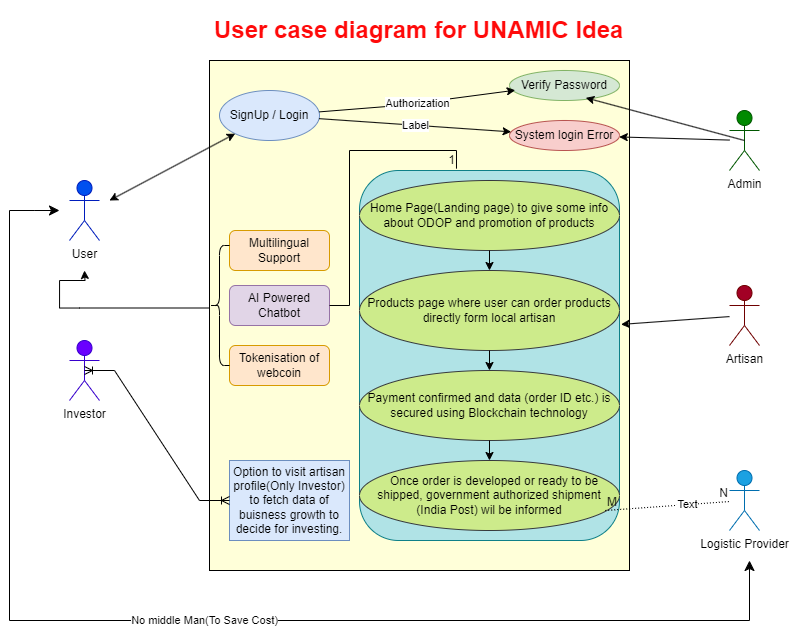
Before: SIH.drawio.png, a diagram exported from draw.io (unsparsh/SIH_2023). Source tidied: cells renumbered, new cells last; positions are measured from the earlier drawing's top-left corner, leaving out a move shared by most shapes.
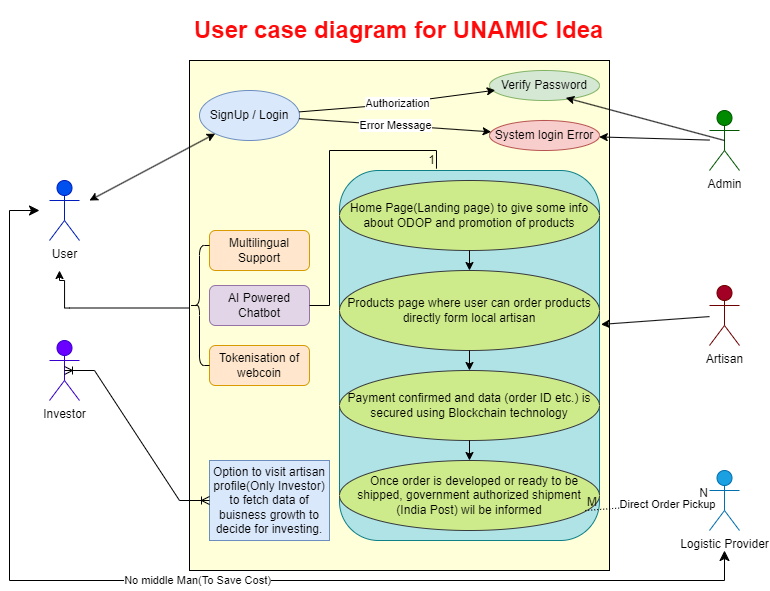
Later version of the same file.

What changed in the source:
```diff
@@ -42,7 +42,7 @@
     <mxCell id="13" style="endArrow=classic;html=1;rounded=0;" parent="1" edge="1" source="4" target="10">
       <mxGeometry relative="1" as="geometry" />
     </mxCell>
-    <mxCell id="14" value="Label" style="edgeLabel;html=1;align=center;verticalAlign=middle;" parent="13" vertex="1">
+    <mxCell id="14" value="Error Message" style="edgeLabel;html=1;align=center;verticalAlign=middle;" parent="13" vertex="1">
       <mxGeometry relative="1" as="geometry" />
     </mxCell>
     <mxCell id="15" value="Multilingual Support" style="rounded=1;whiteSpace=wrap;html=1;fillColor=#ffe6cc;strokeColor=#d79b00;" parent="1" vertex="1">
@@ -107,7 +107,7 @@
     <mxCell id="34" value="N" style="html=1;whiteSpace=wrap;align=right;verticalAlign=bottom;" parent="32" vertex="1">
       <mxGeometry x="1" relative="1" as="geometry" />
     </mxCell>
-    <mxCell id="35" value="Text" style="edgeLabel;html=1;align=center;verticalAlign=middle;" parent="32" vertex="1">
+    <mxCell id="35" value="Direct Order Pickup" style="edgeLabel;html=1;align=center;verticalAlign=middle;" parent="32" vertex="1">
       <mxGeometry x="0.33" y="1" relative="1" as="geometry" />
     </mxCell>
     <mxCell id="36" style="ellipse;whiteSpace=wrap;html=1;align=center;fillColor=none;strokeColor=none;perimeter=centerPerimeter;" parent="1" vertex="1">
@@ -115,11 +115,16 @@
     </mxCell>
     <mxCell id="37" style="edgeStyle=orthogonalEdgeStyle;rounded=0;jettySize=auto;html=1;" parent="1" edge="1" source="38">
       <mxGeometry relative="1" as="geometry">
-        <mxPoint x="75" y="260" as="targetPoint" />
+        <mxPoint x="70" y="260" as="targetPoint" />
+        <Array as="points">
+          <mxPoint x="75" y="298" />
+          <mxPoint x="75" y="270" />
+          <mxPoint x="70" y="270" />
+        </Array>
       </mxGeometry>
     </mxCell>
     <mxCell id="38" style="line;strokeWidth=1;dashed=0;labelPosition=right;align=left;verticalAlign=middle;spacingTop=0;spacingLeft=6;points=[];portConstraint=eastwest;" parent="1" vertex="1">
-      <mxGeometry x="70" y="290" width="130" height="15" as="geometry" />
+      <mxGeometry x="80" y="290" width="120" height="15" as="geometry" />
     </mxCell>
     <mxCell id="39" style="endArrow=none;html=1;rounded=0;entryX=0.373;entryY=-0.005;entryDx=0;entryDy=0;entryPerimeter=0;" parent="1" edge="1" source="16" target="20">
       <mxGeometry relative="1" as="geometry">
@@ -135,16 +140,16 @@
     </mxCell>
     <mxCell id="41" value="No middle Man(To Save Cost)" style="edgeStyle=elbowEdgeStyle;elbow=vertical;endArrow=classic;html=1;curved=0;rounded=0;endSize=8;startSize=8;" parent="1" edge="1">
       <mxGeometry relative="1" as="geometry">
-        <mxPoint y="200" as="sourcePoint" />
-        <mxPoint x="740" y="550" as="targetPoint" />
+        <mxPoint x="20" y="200" as="sourcePoint" />
+        <mxPoint x="735" y="540" as="targetPoint" />
         <Array as="points">
-          <mxPoint x="440" y="610" />
+          <mxPoint x="430" y="570" />
         </Array>
       </mxGeometry>
     </mxCell>
     <mxCell id="42" style="edgeStyle=elbowEdgeStyle;elbow=horizontal;endArrow=classic;html=1;curved=0;rounded=0;endSize=8;startSize=8;" parent="1" edge="1">
       <mxGeometry relative="1" as="geometry">
-        <mxPoint y="200" as="sourcePoint" />
+        <mxPoint x="20" y="200" as="sourcePoint" />
         <mxPoint x="50" y="200" as="targetPoint" />
       </mxGeometry>
     </mxCell>
```
